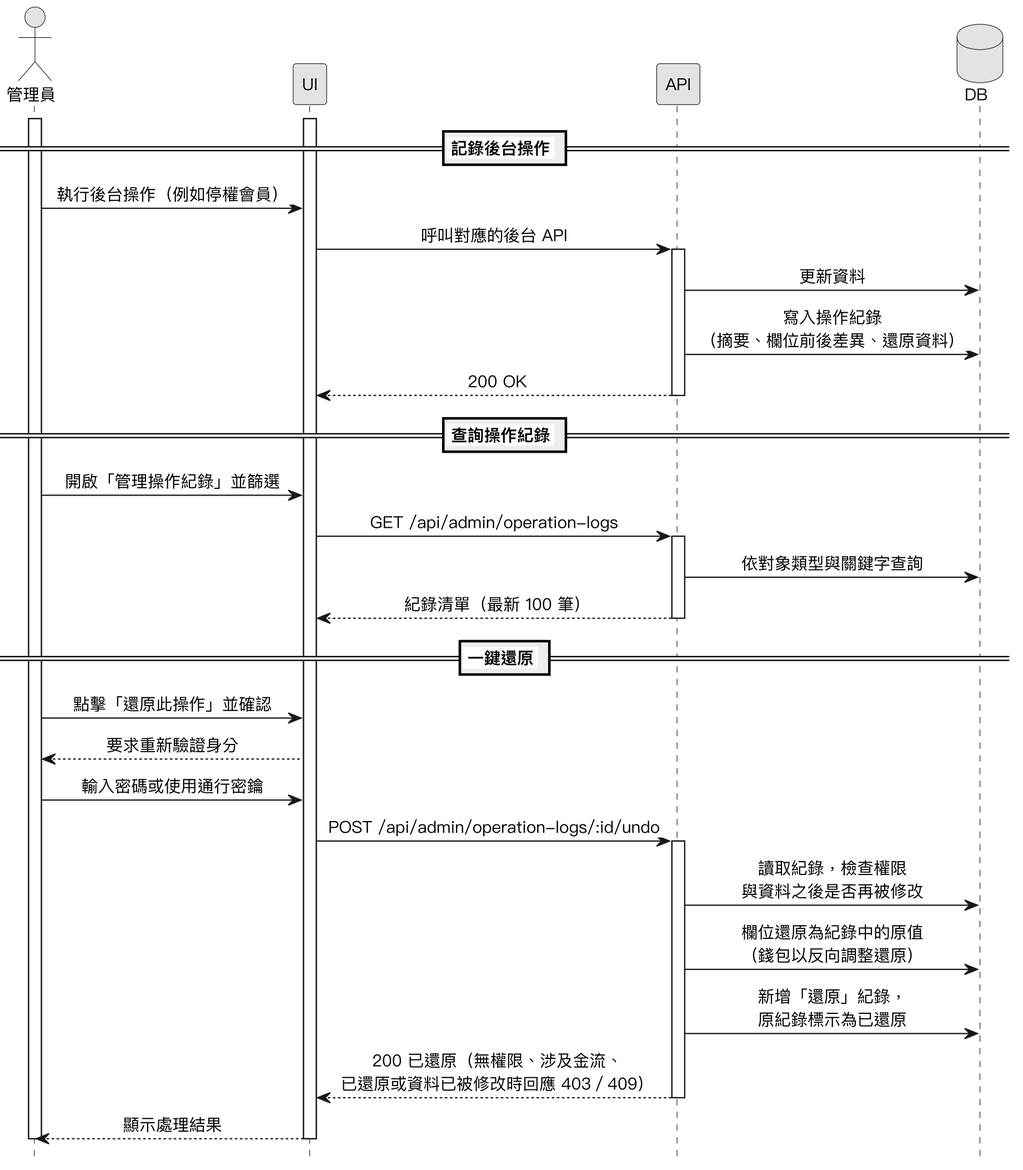
The PlantUML diagram Diagrams/Sequence Diagrams/v3/seq_admin_audit_undo.png in SaveMyBook/SaveMyBook, before a commit.
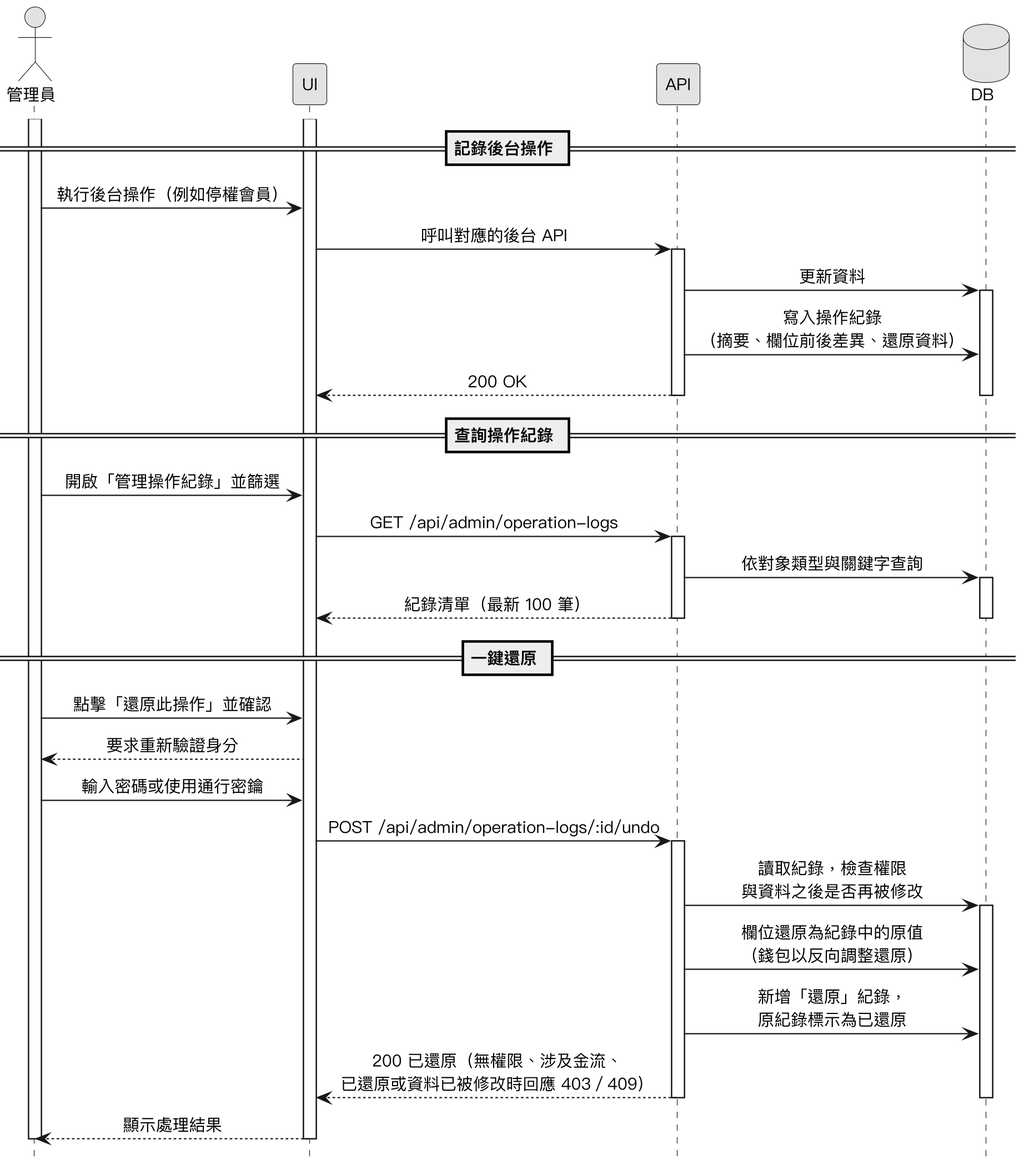
Above is the later version.

Change to the diagram source:
```diff
@@ -20,8 +20,10 @@
 UI -> API : 呼叫對應的後台 API
 activate API
 API -> DB : 更新資料
+activate DB
 API -> DB : 寫入操作紀錄\n（摘要、欄位前後差異、還原資料）
 API --> UI : 200 OK
+deactivate DB
 deactivate API
 
 == 查詢操作紀錄 ==
@@ -29,7 +31,9 @@
 UI -> API : GET /api/admin/operation-logs
 activate API
 API -> DB : 依對象類型與關鍵字查詢
+activate DB
 API --> UI : 紀錄清單（最新 100 筆）
+deactivate DB
 deactivate API
 
 == 一鍵還原 ==
@@ -39,9 +43,11 @@
 UI -> API : POST /api/admin/operation-logs/:id/undo
 activate API
 API -> DB : 讀取紀錄，檢查權限\n與資料之後是否再被修改
+activate DB
 API -> DB : 欄位還原為紀錄中的原值\n（錢包以反向調整還原）
 API -> DB : 新增「還原」紀錄，\n原紀錄標示為已還原
 API --> UI : 200 已還原（無權限、涉及金流、\n已還原或資料已被修改時回應 403／409）
+deactivate DB
 deactivate API
 UI --> 管理員 : 顯示處理結果
 deactivate UI
```
